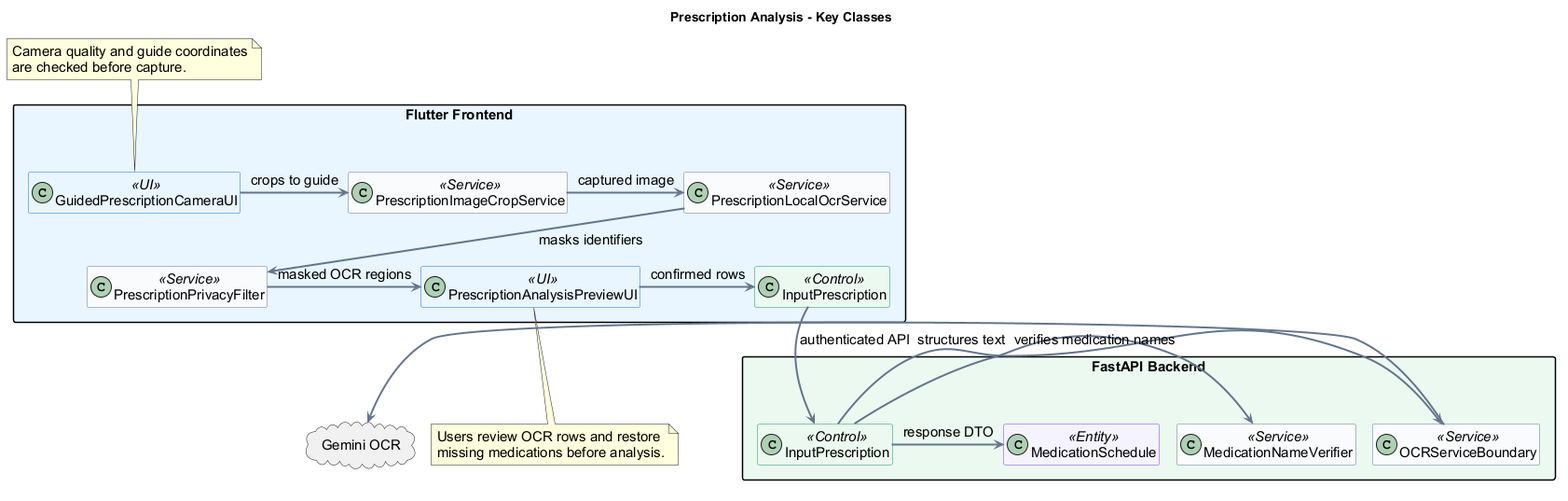
1window2/MedBuddy keeps this PlantUML diagram as docs/UML/class/02_PrescriptionAnalysis.png. Above is the earlier version.
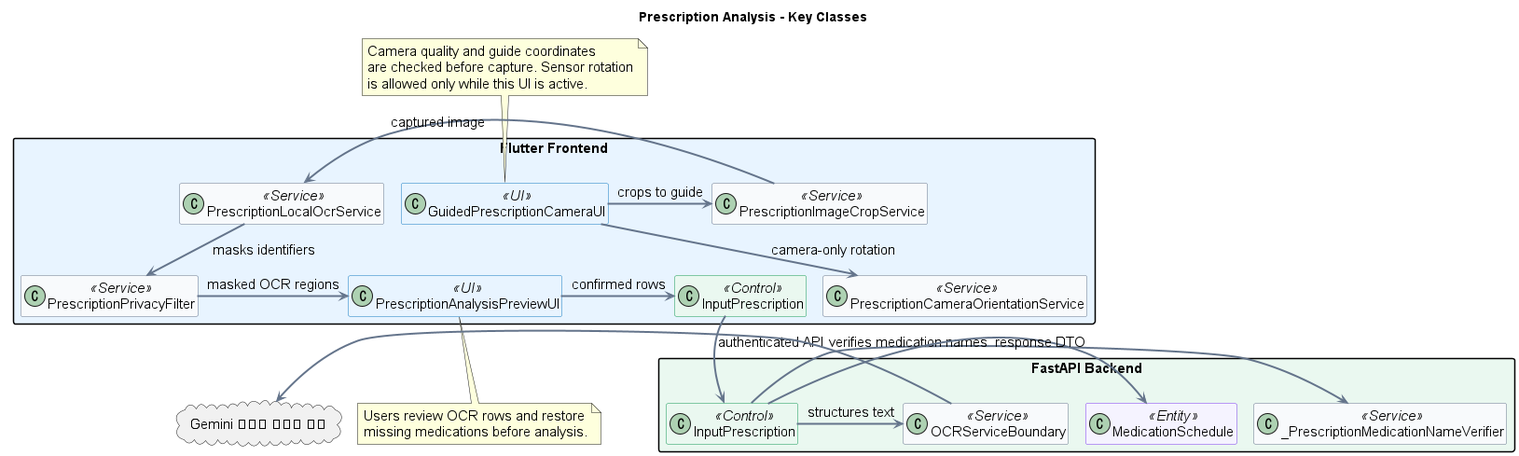
Above is the later version.

The edit, as a diff of the source:
```diff
@@ -30,6 +30,7 @@
 
 package "Flutter Frontend" #E8F4FF {
   class GuidedPrescriptionCameraUI <<UI>>
+  class PrescriptionCameraOrientationService <<Service>>
   class PrescriptionImageCropService <<Service>>
   class PrescriptionLocalOcrService <<Service>>
   class PrescriptionPrivacyFilter <<Service>>
@@ -40,13 +41,14 @@
 package "FastAPI Backend" #EAF8F0 {
   class "InputPrescription" as BInputPrescription <<Control>>
   class OCRServiceBoundary <<Service>>
-  class MedicationNameVerifier <<Service>>
+  class "_PrescriptionMedicationNameVerifier" as MedicationNameVerifier <<Service>>
   class "MedicationSchedule" as BMedicationSchedule <<Entity>>
 }
 
-cloud "Gemini OCR" as Gemini
+cloud "Gemini 비식별 텍스트 분석" as Gemini
 
 GuidedPrescriptionCameraUI -right-> PrescriptionImageCropService : crops to guide
+GuidedPrescriptionCameraUI -down-> PrescriptionCameraOrientationService : camera-only rotation
 PrescriptionImageCropService -right-> PrescriptionLocalOcrService : captured image
 PrescriptionLocalOcrService -down-> PrescriptionPrivacyFilter : masks identifiers
 PrescriptionPrivacyFilter -right-> PrescriptionAnalysisPreviewUI : masked OCR regions
@@ -64,6 +66,7 @@
 
 note top of GuidedPrescriptionCameraUI
   Camera quality and guide coordinates
-  are checked before capture.
+  are checked before capture. Sensor rotation
+  is allowed only while this UI is active.
 end note
 @enduml
```
